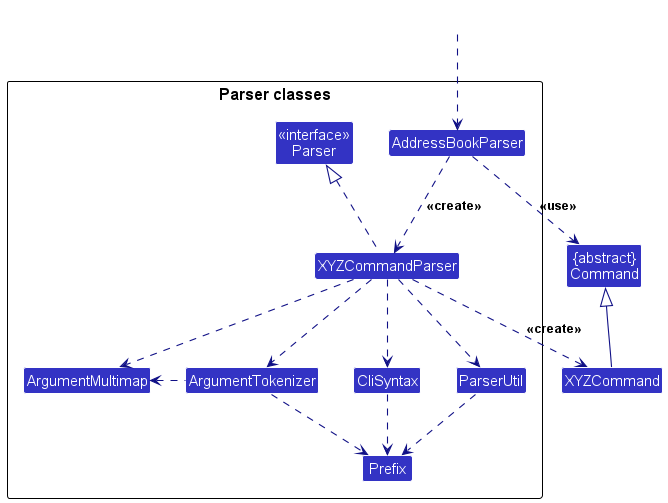
nus-cs2103-AY2425S1/tp keeps this PlantUML diagram as docs/images/ParserClasses.png. Above is the earlier version.
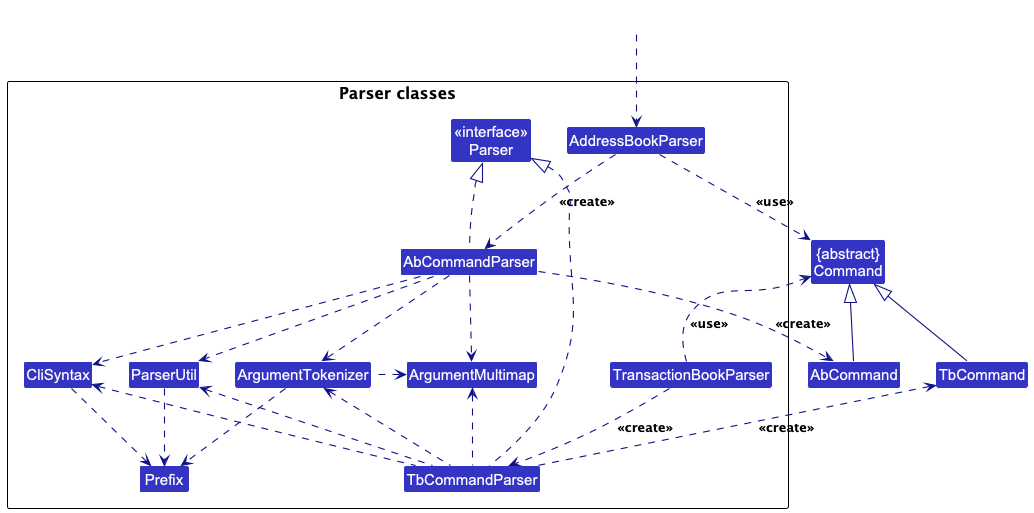
After the commit.

Change to the diagram source:
```diff
@@ -5,12 +5,15 @@
 skinparam classBackgroundColor LOGIC_COLOR
 
 Class "{abstract}\nCommand" as Command
-Class XYZCommand
+Class AbCommand
+Class TbCommand
 
 package "Parser classes"{
 Class "<<interface>>\nParser" as Parser
 Class AddressBookParser
-Class XYZCommandParser
+Class TransactionBookParser
+Class AbCommandParser
+Class TbCommandParser
 Class CliSyntax
 Class ParserUtil
 Class ArgumentMultimap
@@ -21,18 +24,29 @@
 Class HiddenOutside #FFFFFF
 HiddenOutside ..> AddressBookParser
 
-AddressBookParser .down.> XYZCommandParser: <<create>>
+AddressBookParser .down.> AbCommandParser: <<create>>
 
-XYZCommandParser ..> XYZCommand : <<create>>
+AbCommandParser ..> AbCommand : <<create>>
 AddressBookParser ..> Command : <<use>>
-XYZCommandParser .up.|> Parser
-XYZCommandParser ..> ArgumentMultimap
-XYZCommandParser ..> ArgumentTokenizer
+AbCommandParser .up.|> Parser
+AbCommandParser ..> ArgumentMultimap
+AbCommandParser ..> ArgumentTokenizer
 ArgumentTokenizer .left.> ArgumentMultimap
-XYZCommandParser ..> CliSyntax
+AbCommandParser ..> CliSyntax
 CliSyntax ..> Prefix
-XYZCommandParser ..> ParserUtil
+AbCommandParser ..> ParserUtil
 ParserUtil .down.> Prefix
 ArgumentTokenizer .down.> Prefix
-XYZCommand -up-|> Command
+AbCommand -up-|> Command
+
+TransactionBookParser .down.> TbCommandParser: <<create>>
+
+TbCommandParser .up.> TbCommand : <<create>>
+TransactionBookParser ..> Command : <<use>>
+TbCommandParser .up.|> Parser
+TbCommandParser .up.> ArgumentMultimap
+TbCommandParser .up.> ArgumentTokenizer
+TbCommandParser .up.> CliSyntax
+TbCommandParser .up.> ParserUtil
+TbCommand -up-|> Command
 @enduml
```
